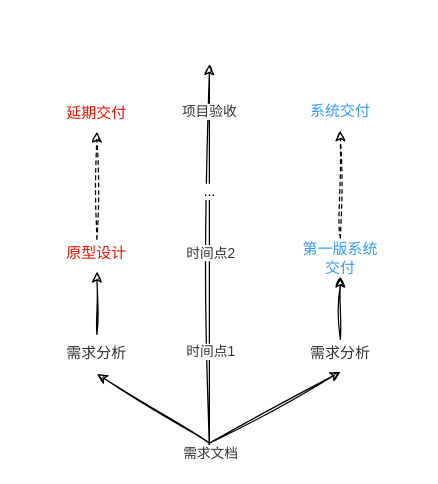
This is 低代码—交付速度—现状.drawio from tangyaosimida/love, a draw.io file, before an edit. Source tidied: cells renumbered, new cells numbered last; positions are measured from the earlier drawing's top-left corner, leaving out a move shared by most shapes. Both pictures are drawn from the tidied source at 125%, with x=0, y=0 at pixel (59, 64).
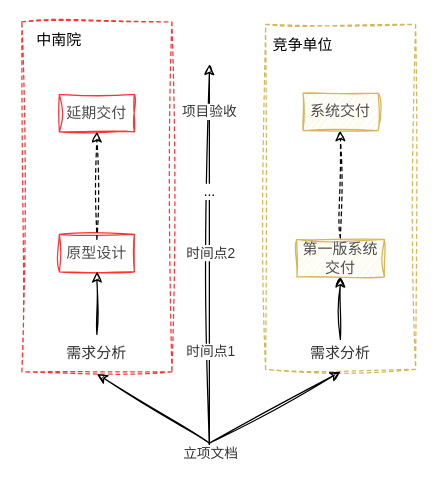
After the change.

Commit message:
更新低代码—交付速度—现状.drawio

The change refers to these unchanged cells:
```xml
<mxCell id="2" style="endArrow=classic;html=1;rounded=0;sketch=1;curveFitting=1;jiggle=2;" parent="1" edge="1">
  <mxGeometry relative="1" as="geometry">
    <mxPoint x="120" y="310" as="sourcePoint" />
    <mxPoint x="120" as="targetPoint" />
  </mxGeometry>
</mxCell>
```

The edit, as a diff of the source:
```diff
@@
+    <mxCell id="20" style="rounded=0;whiteSpace=wrap;html=1;fillColor=none;dashed=1;strokeColor=#FF3333;sketch=1;curveFitting=1;jiggle=2;fontColor=#ffffff;" parent="1" vertex="1">
+      <mxGeometry x="-30" y="-34" width="120" height="280" as="geometry" />
+    </mxCell>
+    <mxCell id="21" style="rounded=0;whiteSpace=wrap;html=1;fillColor=none;dashed=1;strokeColor=#d6b656;sketch=1;curveFitting=1;jiggle=2;" parent="1" vertex="1">
+      <mxGeometry x="165" y="-32" width="120" height="276" as="geometry" />
+    </mxCell>
@@
-    <mxCell id="4" value="需求文档" style="edgeLabel;html=1;align=center;verticalAlign=middle;fontColor=#333333;" parent="2" vertex="1">
+    <mxCell id="4" value="立项文档" style="edgeLabel;html=1;align=center;verticalAlign=middle;fontColor=#333333;" parent="2" vertex="1">
       <mxGeometry x="-0.89" relative="1" as="geometry">
         <mxPoint y="17" as="offset" />
       </mxGeometry>
     </mxCell>
@@
-    <mxCell id="10" value="原型设计" style="text;html=1;align=center;verticalAlign=middle;whiteSpace=wrap;rounded=0;fontColor=#E51400;" parent="1" vertex="1">
+    <mxCell id="10" value="&lt;font color=&quot;#4d4d4d&quot;&gt;原型设计&lt;/font&gt;" style="text;html=1;align=center;verticalAlign=middle;whiteSpace=wrap;rounded=0;fontColor=#ffffff;fillColor=none;strokeColor=#FF3333;sketch=1;curveFitting=1;jiggle=2;" parent="1" vertex="1">
       <mxGeometry y="136" width="60" height="30" as="geometry" />
     </mxCell>
-    <mxCell id="11" value="第一版系统交付" style="text;html=1;align=center;verticalAlign=middle;whiteSpace=wrap;rounded=0;fontColor=#3399FF;" parent="1" vertex="1">
-      <mxGeometry x="190" y="140" width="70" height="30" as="geometry" />
-    </mxCell>
@@
-    <mxCell id="16" value="延期交付" style="text;html=1;align=center;verticalAlign=middle;whiteSpace=wrap;rounded=0;fontColor=#E51400;" parent="1" vertex="1">
+    <mxCell id="16" value="&lt;font color=&quot;#4d4d4d&quot;&gt;延期交付&lt;/font&gt;" style="text;html=1;align=center;verticalAlign=middle;whiteSpace=wrap;rounded=0;fontColor=#333333;fillColor=none;strokeColor=#FF3333;sketch=1;curveFitting=1;jiggle=2;" parent="1" vertex="1">
       <mxGeometry y="24" width="60" height="30" as="geometry" />
     </mxCell>
-    <mxCell id="17" value="系统交付" style="text;html=1;align=center;verticalAlign=middle;whiteSpace=wrap;rounded=0;fontColor=#3399FF;" parent="1" vertex="1">
-      <mxGeometry x="195" y="23" width="60" height="30" as="geometry" />
-    </mxCell>
@@
+    <mxCell id="22" value="中南院" style="text;html=1;align=center;verticalAlign=middle;whiteSpace=wrap;rounded=0;" parent="1" vertex="1">
+      <mxGeometry x="-30" y="-34" width="60" height="30" as="geometry" />
+    </mxCell>
+    <mxCell id="23" value="竞争单位" style="text;html=1;align=center;verticalAlign=middle;whiteSpace=wrap;rounded=0;" parent="1" vertex="1">
+      <mxGeometry x="165" y="-30" width="60" height="30" as="geometry" />
+    </mxCell>
+    <mxCell id="11" value="第一版系统交付" style="text;html=1;align=center;verticalAlign=middle;whiteSpace=wrap;rounded=0;fillColor=#fff2cc;strokeColor=#d6b656;fontColor=#4D4D4D;sketch=1;curveFitting=1;jiggle=2;" parent="1" vertex="1">
+      <mxGeometry x="190" y="140" width="70" height="30" as="geometry" />
+    </mxCell>
+    <mxCell id="17" value="系统交付" style="text;html=1;align=center;verticalAlign=middle;whiteSpace=wrap;rounded=0;fillColor=#fff2cc;strokeColor=#d6b656;fontColor=#4D4D4D;sketch=1;curveFitting=1;jiggle=2;" parent="1" vertex="1">
+      <mxGeometry x="195" y="23" width="60" height="30" as="geometry" />
+    </mxCell>
```
